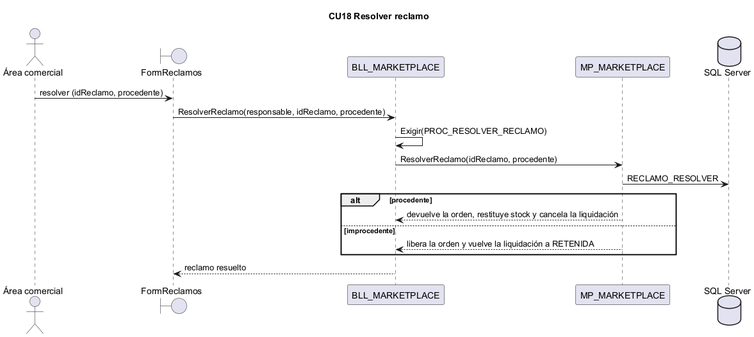
This is docs/diagramas/secuencias_png/CU18.png from L-Muniz/uai-diploma_2026, a PlantUML export, as it was before one commit.
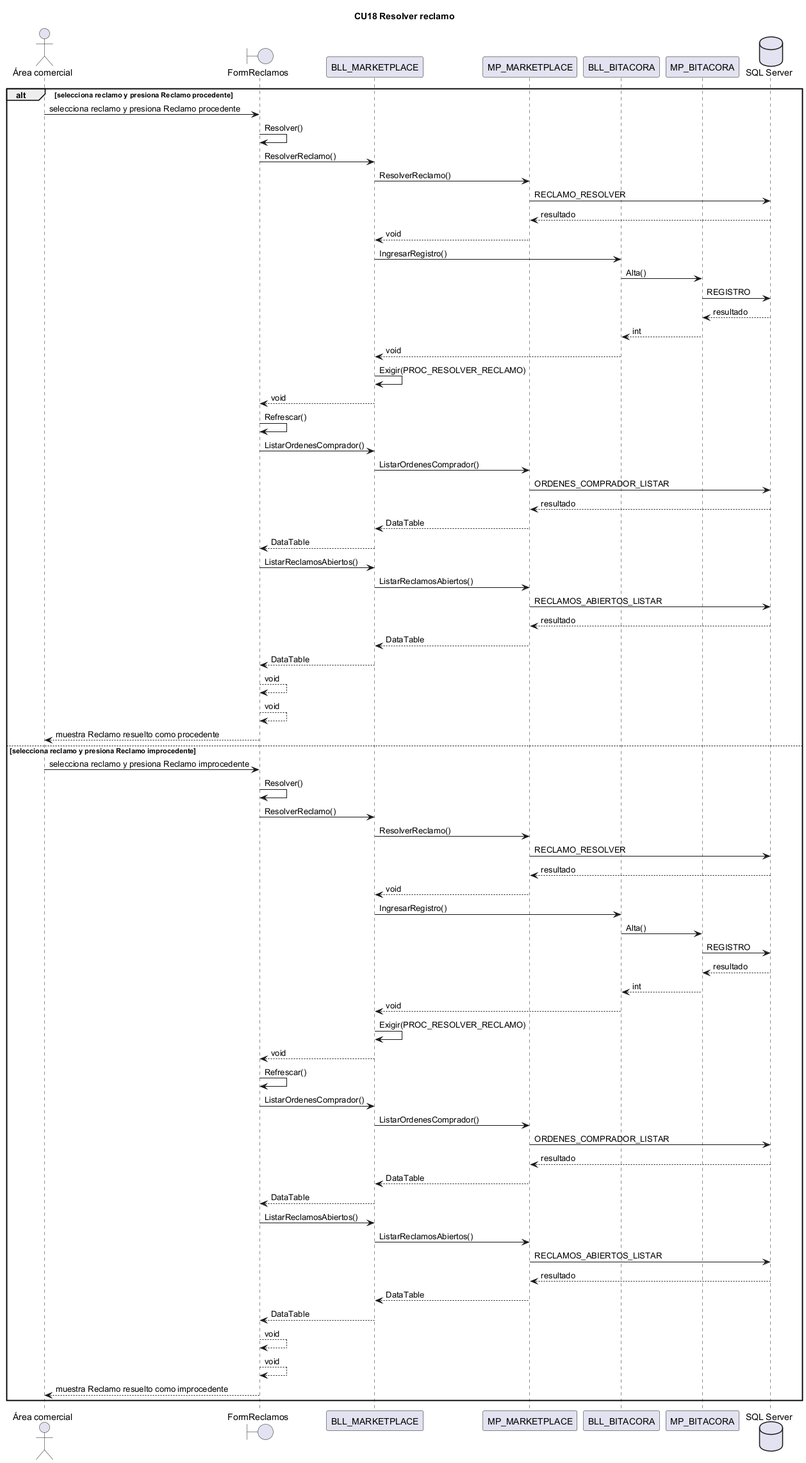
Above is the later version.

Diff of the diagram source:
```diff
@@ -1,19 +1,75 @@
 @startuml CU18
 title CU18 Resolver reclamo
-actor "Área comercial" as Area
-boundary "FormReclamos" as IU
-participant "BLL_MARKETPLACE" as BLL
-participant "MP_MARKETPLACE" as DAL
+actor "Área comercial" as ACT
+boundary FormReclamos
+participant BLL_MARKETPLACE
+participant MP_MARKETPLACE
+participant BLL_BITACORA
+participant MP_BITACORA
 database "SQL Server" as BD
-Area -> IU : resolver (idReclamo, procedente)
-IU -> BLL : ResolverReclamo(responsable, idReclamo, procedente)
-BLL -> BLL : Exigir(PROC_RESOLVER_RECLAMO)
-BLL -> DAL : ResolverReclamo(idReclamo, procedente)
-DAL -> BD : RECLAMO_RESOLVER
-alt procedente
-  DAL --> BLL : devuelve la orden, restituye stock y cancela la liquidación
-else improcedente
-  DAL --> BLL : libera la orden y vuelve la liquidación a RETENIDA
+alt selecciona reclamo y presiona Reclamo procedente
+ACT -> FormReclamos : selecciona reclamo y presiona Reclamo procedente
+FormReclamos -> FormReclamos : Resolver()
+FormReclamos -> BLL_MARKETPLACE : ResolverReclamo()
+BLL_MARKETPLACE -> MP_MARKETPLACE : ResolverReclamo()
+MP_MARKETPLACE -> BD : RECLAMO_RESOLVER
+BD --> MP_MARKETPLACE : resultado
+MP_MARKETPLACE --> BLL_MARKETPLACE : void
+BLL_MARKETPLACE -> BLL_BITACORA : IngresarRegistro()
+BLL_BITACORA -> MP_BITACORA : Alta()
+MP_BITACORA -> BD : REGISTRO
+BD --> MP_BITACORA : resultado
+MP_BITACORA --> BLL_BITACORA : int
+BLL_BITACORA --> BLL_MARKETPLACE : void
+BLL_MARKETPLACE -> BLL_MARKETPLACE : Exigir(PROC_RESOLVER_RECLAMO)
+BLL_MARKETPLACE --> FormReclamos : void
+FormReclamos -> FormReclamos : Refrescar()
+FormReclamos -> BLL_MARKETPLACE : ListarOrdenesComprador()
+BLL_MARKETPLACE -> MP_MARKETPLACE : ListarOrdenesComprador()
+MP_MARKETPLACE -> BD : ORDENES_COMPRADOR_LISTAR
+BD --> MP_MARKETPLACE : resultado
+MP_MARKETPLACE --> BLL_MARKETPLACE : DataTable
+BLL_MARKETPLACE --> FormReclamos : DataTable
+FormReclamos -> BLL_MARKETPLACE : ListarReclamosAbiertos()
+BLL_MARKETPLACE -> MP_MARKETPLACE : ListarReclamosAbiertos()
+MP_MARKETPLACE -> BD : RECLAMOS_ABIERTOS_LISTAR
+BD --> MP_MARKETPLACE : resultado
+MP_MARKETPLACE --> BLL_MARKETPLACE : DataTable
+BLL_MARKETPLACE --> FormReclamos : DataTable
+FormReclamos --> FormReclamos : void
+FormReclamos --> FormReclamos : void
+FormReclamos --> ACT : muestra Reclamo resuelto como procedente
+else selecciona reclamo y presiona Reclamo improcedente
+ACT -> FormReclamos : selecciona reclamo y presiona Reclamo improcedente
+FormReclamos -> FormReclamos : Resolver()
+FormReclamos -> BLL_MARKETPLACE : ResolverReclamo()
+BLL_MARKETPLACE -> MP_MARKETPLACE : ResolverReclamo()
+MP_MARKETPLACE -> BD : RECLAMO_RESOLVER
+BD --> MP_MARKETPLACE : resultado
+MP_MARKETPLACE --> BLL_MARKETPLACE : void
+BLL_MARKETPLACE -> BLL_BITACORA : IngresarRegistro()
+BLL_BITACORA -> MP_BITACORA : Alta()
+MP_BITACORA -> BD : REGISTRO
+BD --> MP_BITACORA : resultado
+MP_BITACORA --> BLL_BITACORA : int
+BLL_BITACORA --> BLL_MARKETPLACE : void
+BLL_MARKETPLACE -> BLL_MARKETPLACE : Exigir(PROC_RESOLVER_RECLAMO)
+BLL_MARKETPLACE --> FormReclamos : void
+FormReclamos -> FormReclamos : Refrescar()
+FormReclamos -> BLL_MARKETPLACE : ListarOrdenesComprador()
+BLL_MARKETPLACE -> MP_MARKETPLACE : ListarOrdenesComprador()
+MP_MARKETPLACE -> BD : ORDENES_COMPRADOR_LISTAR
+BD --> MP_MARKETPLACE : resultado
+MP_MARKETPLACE --> BLL_MARKETPLACE : DataTable
+BLL_MARKETPLACE --> FormReclamos : DataTable
+FormReclamos -> BLL_MARKETPLACE : ListarReclamosAbiertos()
+BLL_MARKETPLACE -> MP_MARKETPLACE : ListarReclamosAbiertos()
+MP_MARKETPLACE -> BD : RECLAMOS_ABIERTOS_LISTAR
+BD --> MP_MARKETPLACE : resultado
+MP_MARKETPLACE --> BLL_MARKETPLACE : DataTable
+BLL_MARKETPLACE --> FormReclamos : DataTable
+FormReclamos --> FormReclamos : void
+FormReclamos --> FormReclamos : void
+FormReclamos --> ACT : muestra Reclamo resuelto como improcedente
 end
-BLL --> IU : reclamo resuelto
 @enduml
```
